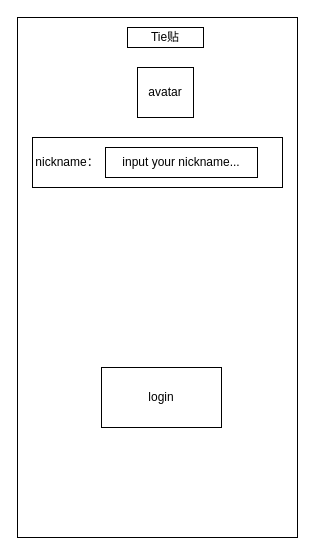
Above: page "index" (2 of 10) of tietie/ui.drawio in Zhou-Ru-Xuan/drawio-workplace (draw.io), before the change. Source tidied: cells renumbered, new cells numbered last; positions are measured from the earlier drawing's top-left corner, leaving out a move shared by most shapes. Both pictures are drawn from the tidied source at 100%, with x=0, y=0 at pixel (17, 17).
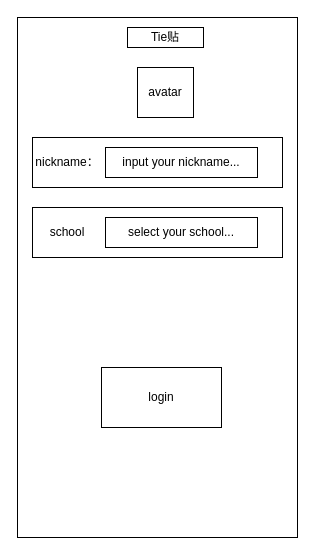
After the change.

The edit, as a diff of the source:
```diff
@@
 <mxGraphModel>
   <root>
     <mxCell id="0" />
     <mxCell id="1" parent="0" />
     <mxCell id="2" style="rounded=0;whiteSpace=wrap;html=1;" parent="1" vertex="1">
       <mxGeometry width="280" height="520" as="geometry" />
     </mxCell>
     <mxCell id="3" value="avatar" style="rounded=0;whiteSpace=wrap;html=1;" parent="1" vertex="1">
       <mxGeometry x="120" y="50" width="56" height="50" as="geometry" />
     </mxCell>
     <mxCell id="4" style="rounded=0;whiteSpace=wrap;html=1;" parent="1" vertex="1">
       <mxGeometry x="15" y="120" width="250" height="50" as="geometry" />
     </mxCell>
     <mxCell id="5" value="nickname：" style="text;html=1;strokeColor=none;fillColor=none;align=center;verticalAlign=middle;whiteSpace=wrap;rounded=0;" parent="1" vertex="1">
       <mxGeometry x="20" y="130" width="60" height="30" as="geometry" />
     </mxCell>
     <mxCell id="6" value="input your nickname..." style="rounded=0;whiteSpace=wrap;html=1;" parent="1" vertex="1">
       <mxGeometry x="88" y="130" width="152" height="30" as="geometry" />
     </mxCell>
     <mxCell id="7" value="login" style="rounded=0;whiteSpace=wrap;html=1;" parent="1" vertex="1">
       <mxGeometry x="84" y="350" width="120" height="60" as="geometry" />
     </mxCell>
     <mxCell id="8" value="Tie贴" style="rounded=0;whiteSpace=wrap;html=1;" parent="1" vertex="1">
       <mxGeometry x="110" y="10" width="76" height="20" as="geometry" />
     </mxCell>
+    <mxCell id="9" style="rounded=0;whiteSpace=wrap;html=1;" parent="1" vertex="1">
+      <mxGeometry x="15" y="190" width="250" height="50" as="geometry" />
+    </mxCell>
+    <mxCell id="10" value="school" style="text;html=1;strokeColor=none;fillColor=none;align=center;verticalAlign=middle;whiteSpace=wrap;rounded=0;" parent="1" vertex="1">
+      <mxGeometry x="20" y="200" width="60" height="30" as="geometry" />
+    </mxCell>
+    <mxCell id="11" value="select your school..." style="rounded=0;whiteSpace=wrap;html=1;" parent="1" vertex="1">
+      <mxGeometry x="88" y="200" width="152" height="30" as="geometry" />
+    </mxCell>
   </root>
 </mxGraphModel>
```
